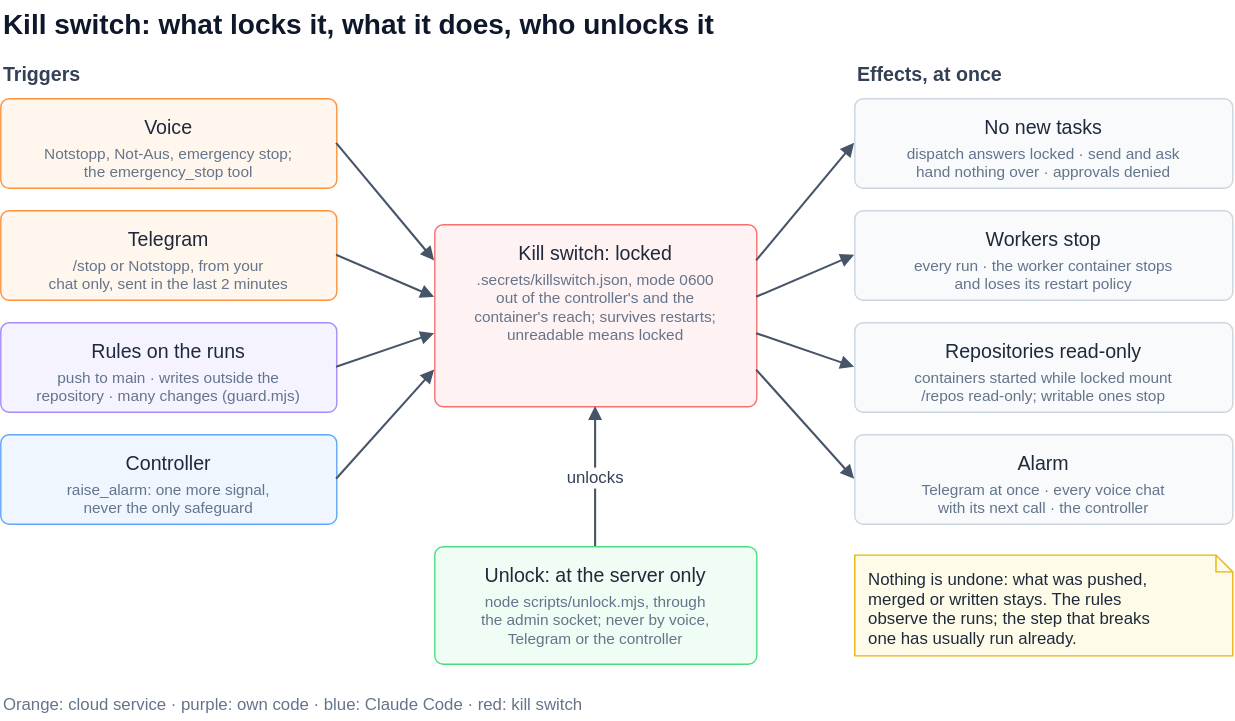
Earlier version of the draw.io export docs/killswitch.drawio.svg (alderg/cc-voice-gateway). Source tidied: cells renumbered, new cells last; positions are measured from the earlier drawing's top-left corner, leaving out a move shared by most shapes.
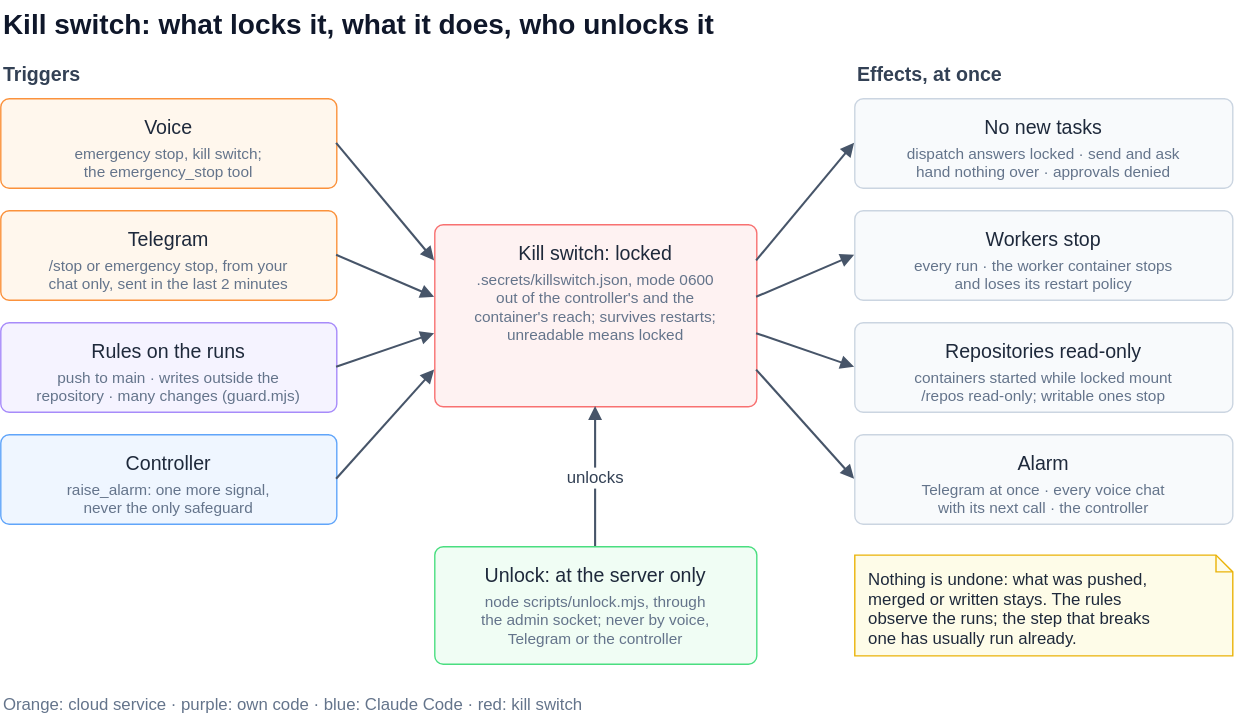
After the change.

Commit message:
Kill switch: English emergency phrases only

The edit, as a diff of the source:
```diff
@@ -14,13 +14,13 @@
     <mxCell id="5" value="Voice" style="rounded=1;html=0;fontSize=14;fillColor=#FFF7ED;strokeColor=#FB923C;fontStyle=0;verticalAlign=top;spacingTop=6.9;strokeWidth=1;absoluteArcSize=1;arcSize=12;fontColor=#1E293B;" parent="1" vertex="1">
       <mxGeometry y="70" width="240" height="64" as="geometry" />
     </mxCell>
-    <mxCell id="6" value="Notstopp, Not-Aus, emergency stop;&#10;the emergency_stop tool" style="text;html=0;fontSize=11;fontColor=#64748B;align=center;verticalAlign=top;spacing=0;strokeColor=none;fillColor=none;" parent="5" vertex="1">
+    <mxCell id="6" value="emergency stop, kill switch;&#10;the emergency_stop tool" style="text;html=0;fontSize=11;fontColor=#64748B;align=center;verticalAlign=top;spacing=0;strokeColor=none;fillColor=none;" parent="5" vertex="1">
       <mxGeometry y="28.7" width="240" height="26.4" as="geometry" />
     </mxCell>
     <mxCell id="7" value="Telegram" style="rounded=1;html=0;fontSize=14;fillColor=#FFF7ED;strokeColor=#FB923C;fontStyle=0;verticalAlign=top;spacingTop=6.9;strokeWidth=1;absoluteArcSize=1;arcSize=12;fontColor=#1E293B;" parent="1" vertex="1">
       <mxGeometry y="150" width="240" height="64" as="geometry" />
     </mxCell>
-    <mxCell id="8" value="/stop or Notstopp, from your&#10;chat only, sent in the last 2 minutes" style="text;html=0;fontSize=11;fontColor=#64748B;align=center;verticalAlign=top;spacing=0;strokeColor=none;fillColor=none;" parent="7" vertex="1">
+    <mxCell id="8" value="/stop or emergency stop, from your&#10;chat only, sent in the last 2 minutes" style="text;html=0;fontSize=11;fontColor=#64748B;align=center;verticalAlign=top;spacing=0;strokeColor=none;fillColor=none;" parent="7" vertex="1">
       <mxGeometry y="28.7" width="240" height="26.4" as="geometry" />
     </mxCell>
     <mxCell id="9" value="Rules on the runs" style="rounded=1;html=0;fontSize=14;fillColor=#F5F3FF;strokeColor=#A78BFA;fontStyle=0;verticalAlign=top;spacingTop=6.9;strokeWidth=1;absoluteArcSize=1;arcSize=12;fontColor=#1E293B;" parent="1" vertex="1">
```
